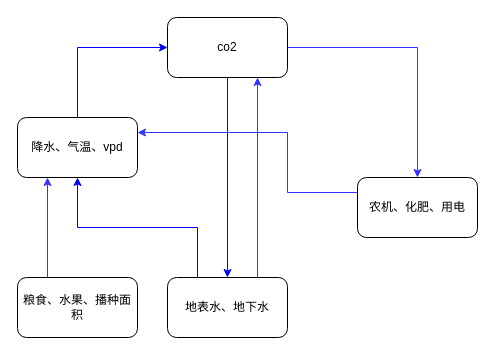
Before: vars_SDG.drawio in THRILLERLEMON/Draw.IO, a draw.io diagram. Source tidied: cells renumbered, new cells numbered last; positions are measured from the earlier drawing's top-left corner, leaving out a move shared by most shapes. Both pictures are drawn from the tidied source at 100%, with x=0, y=0 at pixel (17, 17).
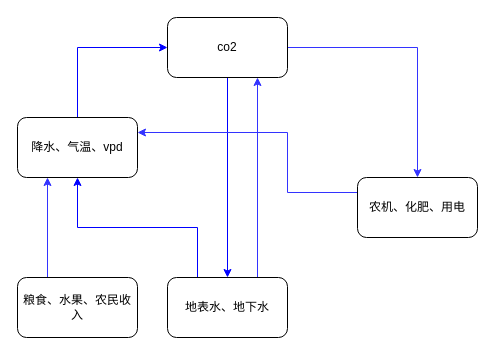
The same page after the edit.

The edit, as a diff of the source:
```diff
@@
 <mxGraphModel>
   <root>
     <mxCell id="0" />
     <mxCell id="1" parent="0" />
     <mxCell id="2" style="edgeStyle=orthogonalEdgeStyle;rounded=0;jettySize=auto;html=1;exitX=0.5;exitY=0;exitDx=0;exitDy=0;entryX=0;entryY=0.5;entryDx=0;entryDy=0;strokeColor=#0000FF;" parent="1" edge="1" source="3" target="6">
       <mxGeometry relative="1" as="geometry" />
     </mxCell>
     <mxCell id="3" value="降水、气温、vpd" style="rounded=1;whiteSpace=wrap;html=1;" parent="1" vertex="1">
       <mxGeometry y="100" width="120" height="60" as="geometry" />
     </mxCell>
     <mxCell id="4" style="edgeStyle=orthogonalEdgeStyle;rounded=0;jettySize=auto;html=1;exitX=1;exitY=0.5;exitDx=0;exitDy=0;entryX=0.5;entryY=0;entryDx=0;entryDy=0;strokeColor=#3333FF;" parent="1" edge="1" source="6" target="8">
       <mxGeometry relative="1" as="geometry" />
     </mxCell>
     <mxCell id="5" style="edgeStyle=orthogonalEdgeStyle;rounded=0;jettySize=auto;html=1;strokeColor=#0000FF;" parent="1" edge="1" source="6" target="11">
       <mxGeometry relative="1" as="geometry" />
     </mxCell>
     <mxCell id="6" value="co2" style="rounded=1;whiteSpace=wrap;html=1;" parent="1" vertex="1">
       <mxGeometry x="150" width="120" height="60" as="geometry" />
     </mxCell>
     <mxCell id="7" style="edgeStyle=orthogonalEdgeStyle;rounded=0;jettySize=auto;html=1;exitX=0;exitY=0.25;exitDx=0;exitDy=0;entryX=1;entryY=0.25;entryDx=0;entryDy=0;strokeColor=#3333FF;" parent="1" edge="1" source="8" target="3">
       <mxGeometry relative="1" as="geometry">
         <Array as="points">
           <mxPoint x="270" y="175" />
           <mxPoint x="270" y="115" />
         </Array>
       </mxGeometry>
     </mxCell>
     <mxCell id="8" value="农机、化肥、用电" style="rounded=1;whiteSpace=wrap;html=1;" parent="1" vertex="1">
       <mxGeometry x="340" y="160" width="120" height="60" as="geometry" />
     </mxCell>
     <mxCell id="9" style="edgeStyle=orthogonalEdgeStyle;rounded=0;jettySize=auto;html=1;exitX=0.75;exitY=0;exitDx=0;exitDy=0;entryX=0.75;entryY=1;entryDx=0;entryDy=0;strokeColor=#3333FF;" parent="1" edge="1" source="11" target="6">
       <mxGeometry relative="1" as="geometry" />
     </mxCell>
     <mxCell id="10" style="edgeStyle=orthogonalEdgeStyle;rounded=0;jettySize=auto;html=1;exitX=0.25;exitY=0;exitDx=0;exitDy=0;entryX=0.5;entryY=1;entryDx=0;entryDy=0;strokeColor=#0000FF;" parent="1" edge="1" source="11" target="3">
       <mxGeometry relative="1" as="geometry" />
     </mxCell>
     <mxCell id="11" value="地表水、地下水" style="rounded=1;whiteSpace=wrap;html=1;" parent="1" vertex="1">
       <mxGeometry x="150" y="260" width="120" height="60" as="geometry" />
     </mxCell>
     <mxCell id="12" style="edgeStyle=orthogonalEdgeStyle;rounded=0;jettySize=auto;html=1;entryX=0.25;entryY=1;entryDx=0;entryDy=0;strokeColor=#3333FF;exitX=0.25;exitY=0;exitDx=0;exitDy=0;" parent="1" edge="1" source="13" target="3">
       <mxGeometry relative="1" as="geometry" />
     </mxCell>
-    <mxCell id="13" value="粮食、水果、播种面积" style="rounded=1;whiteSpace=wrap;html=1;" parent="1" vertex="1">
+    <mxCell id="13" value="粮食、水果、农民收入" style="rounded=1;whiteSpace=wrap;html=1;" parent="1" vertex="1">
       <mxGeometry y="260" width="120" height="60" as="geometry" />
     </mxCell>
   </root>
 </mxGraphModel>
```
